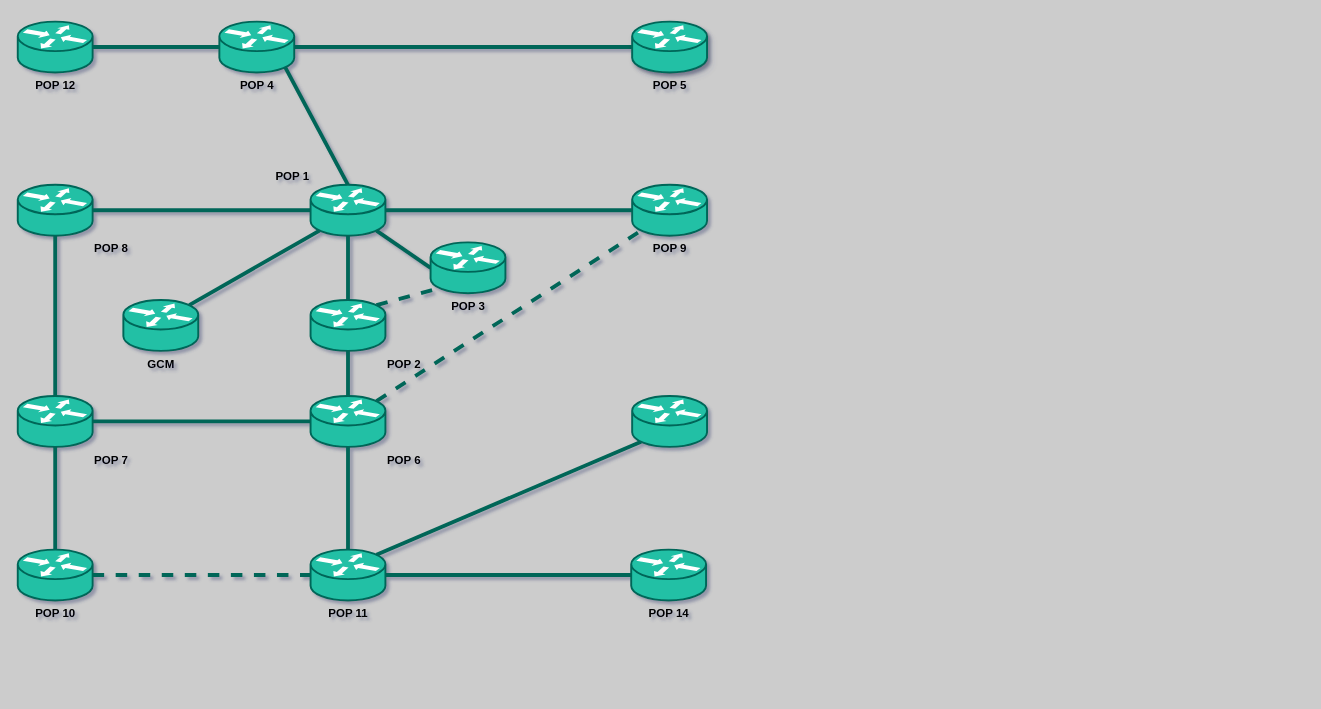
The draw.io diagram Untitled Diagram.drawio.xml in jonathanwtf/worldmap, before the edit. Source tidied: cells renumbered, new cells numbered last; positions are measured from the earlier drawing's top-left corner, leaving out a move shared by most shapes. Both pictures are drawn from the tidied source at 96%, with x=0, y=0 at pixel (17, 21).
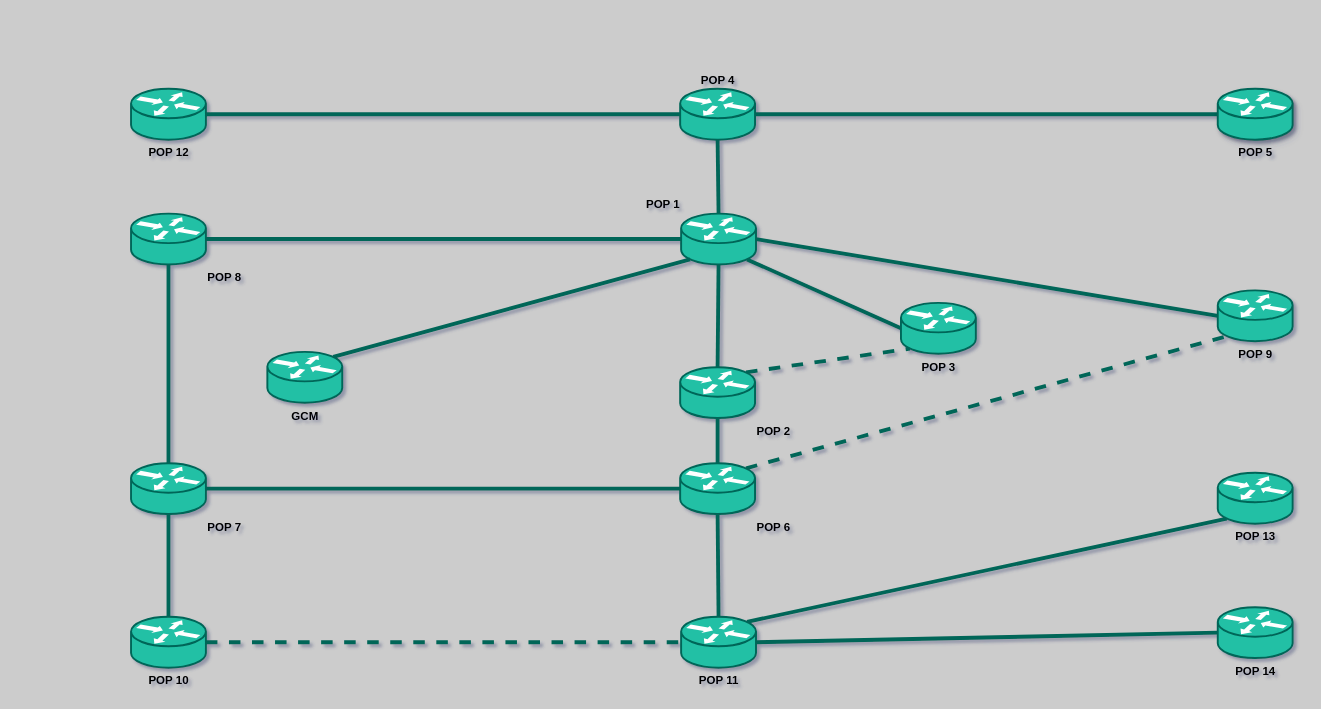
The same page after the edit.

What changed in the source:
```diff
@@
     <mxCell id="2" value="POP 12" style="shape=mxgraph.cisco.routers.router;sketch=0;html=1;dashed=0;fillColor=#21C0A5;strokeColor=#006658;strokeWidth=2;verticalLabelPosition=bottom;verticalAlign=top;align=center;outlineConnect=0;fontColor=#000000;fontStyle=1;" parent="1" vertex="1">
-      <mxGeometry width="78" height="53" as="geometry" />
+      <mxGeometry x="118" y="70" width="78" height="53" as="geometry" />
     </mxCell>
@@
-    <mxCell id="4" style="rounded=0;jettySize=auto;html=1;exitX=0.88;exitY=0.9;exitDx=0;exitDy=0;exitPerimeter=0;entryX=0.5;entryY=0;entryDx=0;entryDy=0;entryPerimeter=0;endArrow=none;endFill=0;strokeColor=#006658;strokeWidth=4;verticalAlign=bottom;fontColor=#000000;fontStyle=1;" parent="1" edge="1" source="5" target="10">
+    <mxCell id="4" style="rounded=0;jettySize=auto;html=1;exitX=0.5;exitY=1;exitDx=0;exitDy=0;exitPerimeter=0;entryX=0.5;entryY=0;entryDx=0;entryDy=0;entryPerimeter=0;endArrow=none;endFill=0;strokeColor=#006658;strokeWidth=4;verticalAlign=bottom;fontColor=#000000;fontStyle=1;" parent="1" edge="1" source="5" target="10">
       <mxGeometry relative="1" as="geometry" />
     </mxCell>
-    <mxCell id="5" value="POP 4" style="shape=mxgraph.cisco.routers.router;sketch=0;html=1;dashed=0;fillColor=#21C0A5;strokeColor=#006658;strokeWidth=2;verticalLabelPosition=bottom;verticalAlign=top;align=center;outlineConnect=0;fontColor=#000000;fontStyle=1;" parent="1" vertex="1">
-      <mxGeometry x="210" width="78" height="53" as="geometry" />
+    <mxCell id="5" value="POP 4" style="shape=mxgraph.cisco.routers.router;sketch=0;html=1;dashed=0;fillColor=#21C0A5;strokeColor=#006658;strokeWidth=2;verticalLabelPosition=top;verticalAlign=bottom;align=center;outlineConnect=0;fontColor=#000000;fontStyle=1;labelPosition=center;" parent="1" vertex="1">
+      <mxGeometry x="690" y="70" width="78" height="53" as="geometry" />
     </mxCell>
@@
     <mxCell id="10" value="POP 1" style="shape=mxgraph.cisco.routers.router;sketch=0;html=1;dashed=0;fillColor=#21C0A5;strokeColor=#006658;strokeWidth=2;verticalLabelPosition=top;verticalAlign=bottom;align=right;outlineConnect=0;fontColor=#000000;fontStyle=1;labelPosition=left;" parent="1" vertex="1">
-      <mxGeometry x="305" y="170" width="78" height="53" as="geometry" />
+      <mxGeometry x="691" y="200" width="78" height="53" as="geometry" />
     </mxCell>
     <mxCell id="11" value="POP 5" style="shape=mxgraph.cisco.routers.router;sketch=0;html=1;dashed=0;fillColor=#21C0A5;strokeColor=#006658;strokeWidth=2;verticalLabelPosition=bottom;verticalAlign=top;align=center;outlineConnect=0;fontColor=#000000;shadow=1;fontStyle=1;" parent="1" vertex="1">
-      <mxGeometry x="640" width="78" height="53" as="geometry" />
+      <mxGeometry x="1250" y="70" width="78" height="53" as="geometry" />
     </mxCell>
@@
     <mxCell id="13" value="POP 8" style="shape=mxgraph.cisco.routers.router;sketch=0;html=1;dashed=0;fillColor=#21C0A5;strokeColor=#006658;strokeWidth=2;verticalLabelPosition=bottom;verticalAlign=top;align=left;outlineConnect=0;fontColor=#000000;fontStyle=1;labelPosition=right;" parent="1" vertex="1">
-      <mxGeometry y="170" width="78" height="53" as="geometry" />
+      <mxGeometry x="118" y="200" width="78" height="53" as="geometry" />
     </mxCell>
@@
     <mxCell id="16" value="POP 7" style="shape=mxgraph.cisco.routers.router;sketch=0;html=1;dashed=0;fillColor=#21C0A5;strokeColor=#006658;strokeWidth=2;verticalLabelPosition=bottom;verticalAlign=top;align=left;outlineConnect=0;fontColor=#000000;fontStyle=1;labelPosition=right;" parent="1" vertex="1">
-      <mxGeometry y="390" width="78" height="53" as="geometry" />
+      <mxGeometry x="118" y="460" width="78" height="53" as="geometry" />
     </mxCell>
@@
     <mxCell id="18" value="POP 10" style="shape=mxgraph.cisco.routers.router;sketch=0;html=1;dashed=0;fillColor=#21C0A5;strokeColor=#006658;strokeWidth=2;verticalLabelPosition=bottom;verticalAlign=top;align=center;outlineConnect=0;fontColor=#000000;fontStyle=1;" parent="1" vertex="1">
-      <mxGeometry y="550" width="78" height="53" as="geometry" />
+      <mxGeometry x="118" y="620" width="78" height="53" as="geometry" />
     </mxCell>
@@
     <mxCell id="20" value="GCM" style="shape=mxgraph.cisco.routers.router;sketch=0;html=1;dashed=0;fillColor=#21C0A5;strokeColor=#006658;strokeWidth=2;verticalLabelPosition=bottom;verticalAlign=top;align=center;outlineConnect=0;fontColor=#000000;fontStyle=1;" parent="1" vertex="1">
-      <mxGeometry x="110" y="290" width="78" height="53" as="geometry" />
+      <mxGeometry x="260" y="344" width="78" height="53" as="geometry" />
     </mxCell>
@@
     <mxCell id="23" value="POP 2" style="shape=mxgraph.cisco.routers.router;sketch=0;html=1;dashed=0;fillColor=#21C0A5;strokeColor=#006658;strokeWidth=2;verticalLabelPosition=bottom;verticalAlign=top;align=left;outlineConnect=0;fontColor=#000000;fontStyle=1;labelPosition=right;" parent="1" vertex="1">
-      <mxGeometry x="305" y="290" width="78" height="53" as="geometry" />
+      <mxGeometry x="690" y="360" width="78" height="53" as="geometry" />
     </mxCell>
@@
     <mxCell id="26" value="POP 6" style="shape=mxgraph.cisco.routers.router;sketch=0;html=1;dashed=0;fillColor=#21C0A5;strokeColor=#006658;strokeWidth=2;verticalLabelPosition=bottom;verticalAlign=top;align=left;outlineConnect=0;fontColor=#000000;fontStyle=1;labelPosition=right;" parent="1" vertex="1">
-      <mxGeometry x="305" y="390" width="78" height="53" as="geometry" />
+      <mxGeometry x="690" y="460" width="78" height="53" as="geometry" />
     </mxCell>
@@
     <mxCell id="29" value="POP 11" style="shape=mxgraph.cisco.routers.router;sketch=0;html=1;dashed=0;fillColor=#21C0A5;strokeColor=#006658;strokeWidth=2;verticalLabelPosition=bottom;verticalAlign=top;align=center;outlineConnect=0;fontColor=#000000;fontStyle=1;" parent="1" vertex="1">
-      <mxGeometry x="305" y="550" width="78" height="53" as="geometry" />
+      <mxGeometry x="691" y="620" width="78" height="53" as="geometry" />
     </mxCell>
     <mxCell id="30" value="POP 3" style="shape=mxgraph.cisco.routers.router;sketch=0;html=1;dashed=0;fillColor=#21C0A5;strokeColor=#006658;strokeWidth=2;verticalLabelPosition=bottom;verticalAlign=top;align=center;outlineConnect=0;fontColor=#000000;fontStyle=1;" parent="1" vertex="1">
-      <mxGeometry x="430" y="230" width="78" height="53" as="geometry" />
+      <mxGeometry x="920" y="293" width="78" height="53" as="geometry" />
     </mxCell>
     <mxCell id="31" value="POP 9" style="shape=mxgraph.cisco.routers.router;sketch=0;html=1;dashed=0;fillColor=#21C0A5;strokeColor=#006658;strokeWidth=2;verticalLabelPosition=bottom;verticalAlign=top;align=center;outlineConnect=0;fontColor=#000000;fontStyle=1;" parent="1" vertex="1">
-      <mxGeometry x="640" y="170" width="78" height="53" as="geometry" />
+      <mxGeometry x="1250" y="280" width="78" height="53" as="geometry" />
     </mxCell>
@@
-    <mxCell id="33" style="shape=mxgraph.cisco.routers.router;sketch=0;html=1;dashed=0;fillColor=#21C0A5;strokeColor=#006658;strokeWidth=2;verticalLabelPosition=bottom;verticalAlign=top;align=center;outlineConnect=0;fontColor=#000000;fontStyle=1;" parent="1" vertex="1">
-      <mxGeometry x="640" y="390" width="78" height="53" as="geometry" />
+    <mxCell id="33" value="POP 13" style="shape=mxgraph.cisco.routers.router;sketch=0;html=1;dashed=0;fillColor=#21C0A5;strokeColor=#006658;strokeWidth=2;verticalLabelPosition=bottom;verticalAlign=top;align=center;outlineConnect=0;fontColor=#000000;fontStyle=1;" parent="1" vertex="1">
+      <mxGeometry x="1250" y="470" width="78" height="53" as="geometry" />
     </mxCell>
     <mxCell id="34" value="POP 14" style="shape=mxgraph.cisco.routers.router;sketch=0;html=1;dashed=0;fillColor=#21C0A5;strokeColor=#006658;strokeWidth=2;verticalLabelPosition=bottom;verticalAlign=top;align=center;outlineConnect=0;fontColor=#000000;fontStyle=1;" parent="1" vertex="1">
-      <mxGeometry x="639" y="550" width="78" height="53" as="geometry" />
+      <mxGeometry x="1250" y="610" width="78" height="53" as="geometry" />
     </mxCell>
```
